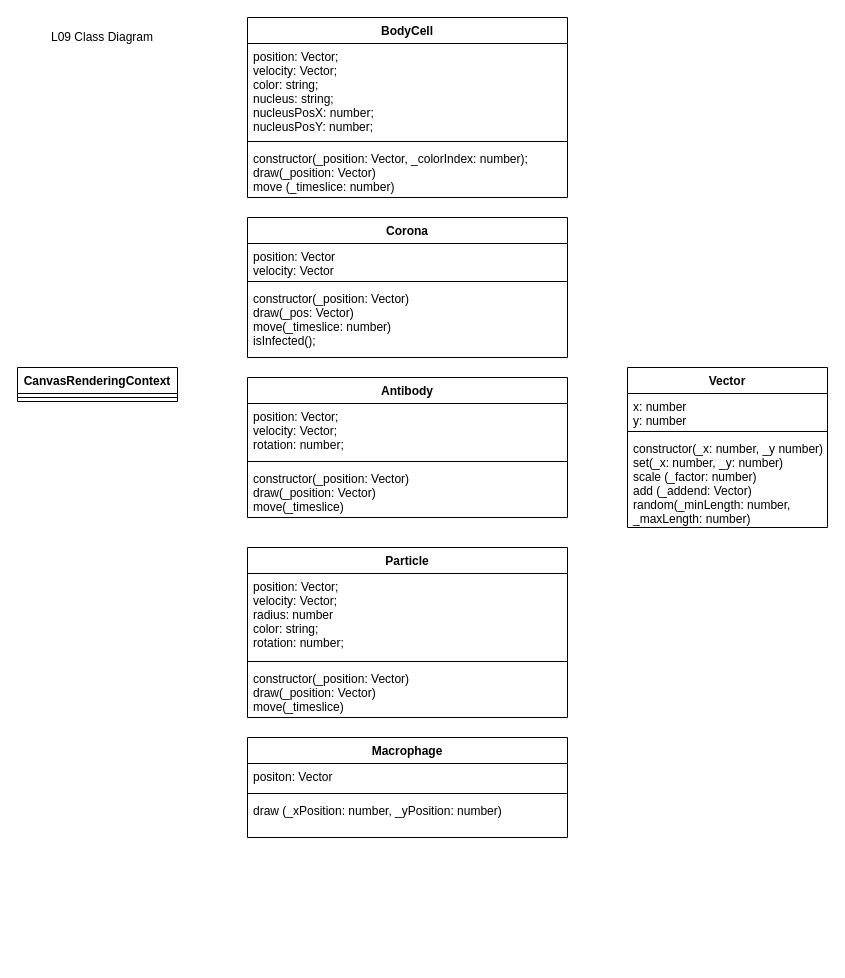
Above: L09_Classes/Abgabe/Konzeption/L09_ClassDiagramm.drawio in KohlerAl/EIA2 (draw.io), before the change. Source tidied: cells renumbered, new cells numbered last; positions are measured from the earlier drawing's top-left corner, leaving out a move shared by most shapes. Both pictures are drawn from the tidied source at 100%, with x=0, y=0 at pixel (17, 17).
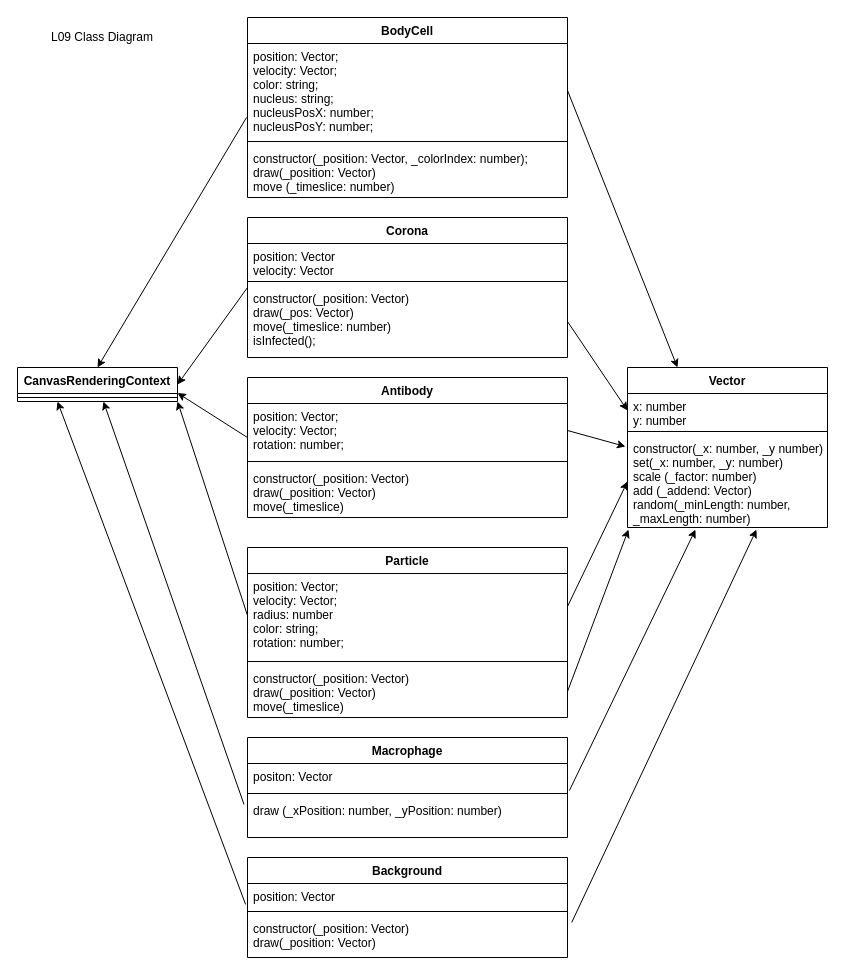
The same page after the edit.

The change refers to these unchanged cells:
```xml
<mxCell id="3" value="CanvasRenderingContext" style="swimlane;fontStyle=1;align=center;verticalAlign=top;horizontal=1;startSize=26;" parent="1" vertex="1">
  <mxGeometry y="350" width="160" height="34" as="geometry" />
</mxCell>
<mxCell id="6" value="position: Vector; &#10;velocity: Vector; &#10;color: string; &#10;nucleus: string;&#10;nucleusPosX: number; &#10;nucleusPosY: number;" style="text;strokeColor=none;fillColor=none;align=left;verticalAlign=top;spacingLeft=4;spacingRight=4;overflow=hidden;points=[[0,0.5],[1,0.5]];portConstraint=eastwest;" parent="5" vertex="1">
  <mxGeometry y="26" width="320" height="94" as="geometry" />
</mxCell>
<mxCell id="12" value="constructor(_position: Vector)&#10;draw(_pos: Vector)&#10;move(_timeslice: number)&#10;isInfected();" style="text;strokeColor=none;fillColor=none;align=left;verticalAlign=top;spacingLeft=4;spacingRight=4;overflow=hidden;points=[[0,0.5],[1,0.5]];portConstraint=eastwest;" parent="9" vertex="1">
  <mxGeometry y="68" width="320" height="72" as="geometry" />
</mxCell>
<mxCell id="14" value="position: Vector;&#10;velocity: Vector; &#10;radius: number&#10;color: string; &#10;rotation: number;" style="text;strokeColor=none;fillColor=none;align=left;verticalAlign=top;spacingLeft=4;spacingRight=4;overflow=hidden;points=[[0,0.5],[1,0.5]];portConstraint=eastwest;" parent="13" vertex="1">
  <mxGeometry y="26" width="320" height="84" as="geometry" />
</mxCell>
<mxCell id="16" value="constructor(_position: Vector)&#10;draw(_position: Vector)&#10;move(_timeslice)" style="text;strokeColor=none;fillColor=none;align=left;verticalAlign=top;spacingLeft=4;spacingRight=4;overflow=hidden;points=[[0,0.5],[1,0.5]];portConstraint=eastwest;" parent="13" vertex="1">
  <mxGeometry y="118" width="320" height="52" as="geometry" />
</mxCell>
<mxCell id="18" value="position: Vector;&#10;velocity: Vector; &#10;rotation: number;" style="text;strokeColor=none;fillColor=none;align=left;verticalAlign=top;spacingLeft=4;spacingRight=4;overflow=hidden;points=[[0,0.5],[1,0.5]];portConstraint=eastwest;" parent="17" vertex="1">
  <mxGeometry y="26" width="320" height="54" as="geometry" />
</mxCell>
<mxCell id="22" value="positon: Vector" style="text;strokeColor=none;fillColor=none;align=left;verticalAlign=top;spacingLeft=4;spacingRight=4;overflow=hidden;points=[[0,0.5],[1,0.5]];portConstraint=eastwest;" parent="21" vertex="1">
  <mxGeometry y="26" width="320" height="26" as="geometry" />
</mxCell>
<mxCell id="24" value="draw (_xPosition: number, _yPosition: number)" style="text;strokeColor=none;fillColor=none;align=left;verticalAlign=top;spacingLeft=4;spacingRight=4;overflow=hidden;points=[[0,0.5],[1,0.5]];portConstraint=eastwest;" parent="21" vertex="1">
  <mxGeometry y="60" width="320" height="40" as="geometry" />
</mxCell>
<mxCell id="25" value="Vector" style="swimlane;fontStyle=1;align=center;verticalAlign=top;horizontal=1;startSize=26;" parent="1" vertex="1">
  <mxGeometry x="610" y="350" width="200" height="160" as="geometry" />
</mxCell>
<mxCell id="26" value="x: number&#10;y: number" style="text;strokeColor=none;fillColor=none;align=left;verticalAlign=top;spacingLeft=4;spacingRight=4;overflow=hidden;points=[[0,0.5],[1,0.5]];portConstraint=eastwest;" parent="25" vertex="1">
  <mxGeometry y="26" width="200" height="34" as="geometry" />
</mxCell>
<mxCell id="28" value="constructor(_x: number, _y number)&#10;set(_x: number, _y: number)&#10;scale (_factor: number)&#10;add (_addend: Vector)&#10;random(_minLength: number, &#10;_maxLength: number)" style="text;strokeColor=none;fillColor=none;align=left;verticalAlign=top;spacingLeft=4;spacingRight=4;overflow=hidden;points=[[0,0.5],[1,0.5]];portConstraint=eastwest;" parent="25" vertex="1">
  <mxGeometry y="68" width="200" height="92" as="geometry" />
</mxCell>
```

The edit, as a diff of the source:
```diff
@@
+    <mxCell id="29" value="Background" style="swimlane;fontStyle=1;align=center;verticalAlign=top;horizontal=1;startSize=26;" parent="1" vertex="1">
+      <mxGeometry x="230" y="840" width="320" height="100" as="geometry" />
+    </mxCell>
+    <mxCell id="30" value="position: Vector" style="text;strokeColor=none;fillColor=none;align=left;verticalAlign=top;spacingLeft=4;spacingRight=4;overflow=hidden;points=[[0,0.5],[1,0.5]];portConstraint=eastwest;" parent="29" vertex="1">
+      <mxGeometry y="26" width="320" height="24" as="geometry" />
+    </mxCell>
+    <mxCell id="31" style="line;strokeWidth=1;fillColor=none;align=left;verticalAlign=middle;spacingTop=-1;spacingLeft=3;spacingRight=3;labelPosition=right;" parent="29" vertex="1">
+      <mxGeometry y="50" width="320" height="8" as="geometry" />
+    </mxCell>
+    <mxCell id="32" value="constructor(_position: Vector)&#10;draw(_position: Vector)" style="text;strokeColor=none;fillColor=none;align=left;verticalAlign=top;spacingLeft=4;spacingRight=4;overflow=hidden;points=[[0,0.5],[1,0.5]];portConstraint=eastwest;" parent="29" vertex="1">
+      <mxGeometry y="58" width="320" height="42" as="geometry" />
+    </mxCell>
+    <mxCell id="33" style="endArrow=classic;html=1;exitX=-0.003;exitY=0.787;exitDx=0;exitDy=0;exitPerimeter=0;entryX=0.5;entryY=0;entryDx=0;entryDy=0;" parent="1" edge="1" source="6" target="3">
+      <mxGeometry relative="1" as="geometry" />
+    </mxCell>
+    <mxCell id="34" style="endArrow=classic;html=1;exitX=0;exitY=0.028;exitDx=0;exitDy=0;exitPerimeter=0;entryX=1;entryY=0.5;entryDx=0;entryDy=0;" parent="1" edge="1" source="12" target="3">
+      <mxGeometry relative="1" as="geometry" />
+    </mxCell>
+    <mxCell id="35" style="endArrow=classic;html=1;exitX=0;exitY=0.63;exitDx=0;exitDy=0;exitPerimeter=0;entryX=1;entryY=0.75;entryDx=0;entryDy=0;" parent="1" edge="1" source="18" target="3">
+      <mxGeometry relative="1" as="geometry" />
+    </mxCell>
+    <mxCell id="36" style="endArrow=classic;html=1;exitX=0;exitY=0.5;exitDx=0;exitDy=0;entryX=1;entryY=1;entryDx=0;entryDy=0;" parent="1" edge="1" source="14" target="3">
+      <mxGeometry relative="1" as="geometry" />
+    </mxCell>
+    <mxCell id="37" style="endArrow=classic;html=1;exitX=-0.011;exitY=0.172;exitDx=0;exitDy=0;exitPerimeter=0;" parent="1" edge="1" source="24" target="3">
+      <mxGeometry relative="1" as="geometry" />
+    </mxCell>
+    <mxCell id="38" style="endArrow=classic;html=1;exitX=-0.006;exitY=0.871;exitDx=0;exitDy=0;exitPerimeter=0;entryX=0.25;entryY=1;entryDx=0;entryDy=0;" parent="1" edge="1" source="30" target="3">
+      <mxGeometry relative="1" as="geometry" />
+    </mxCell>
+    <mxCell id="39" style="endArrow=classic;html=1;exitX=1;exitY=0.5;exitDx=0;exitDy=0;entryX=0.25;entryY=0;entryDx=0;entryDy=0;" parent="1" edge="1" source="6" target="25">
+      <mxGeometry relative="1" as="geometry" />
+    </mxCell>
+    <mxCell id="40" style="endArrow=classic;html=1;exitX=1;exitY=0.5;exitDx=0;exitDy=0;entryX=0;entryY=0.5;entryDx=0;entryDy=0;" parent="1" edge="1" source="12" target="26">
+      <mxGeometry relative="1" as="geometry" />
+    </mxCell>
+    <mxCell id="41" style="endArrow=classic;html=1;exitX=1;exitY=0.5;exitDx=0;exitDy=0;entryX=-0.01;entryY=0.12;entryDx=0;entryDy=0;entryPerimeter=0;" parent="1" edge="1" source="18" target="28">
+      <mxGeometry relative="1" as="geometry" />
+    </mxCell>
+    <mxCell id="42" style="endArrow=classic;html=1;exitX=1;exitY=0.393;exitDx=0;exitDy=0;exitPerimeter=0;entryX=0;entryY=0.5;entryDx=0;entryDy=0;" parent="1" edge="1" source="14" target="28">
+      <mxGeometry relative="1" as="geometry" />
+    </mxCell>
+    <mxCell id="43" style="endArrow=classic;html=1;exitX=1;exitY=0.5;exitDx=0;exitDy=0;entryX=0.005;entryY=1.022;entryDx=0;entryDy=0;entryPerimeter=0;" parent="1" edge="1" source="16" target="28">
+      <mxGeometry relative="1" as="geometry" />
+    </mxCell>
+    <mxCell id="44" style="endArrow=classic;html=1;exitX=1.006;exitY=1.038;exitDx=0;exitDy=0;exitPerimeter=0;entryX=0.34;entryY=1.022;entryDx=0;entryDy=0;entryPerimeter=0;" parent="1" edge="1" source="22" target="28">
+      <mxGeometry relative="1" as="geometry" />
+    </mxCell>
+    <mxCell id="45" style="endArrow=classic;html=1;exitX=1.013;exitY=0.167;exitDx=0;exitDy=0;exitPerimeter=0;entryX=0.645;entryY=1.022;entryDx=0;entryDy=0;entryPerimeter=0;" parent="1" edge="1" source="32" target="28">
+      <mxGeometry relative="1" as="geometry" />
+    </mxCell>
```
